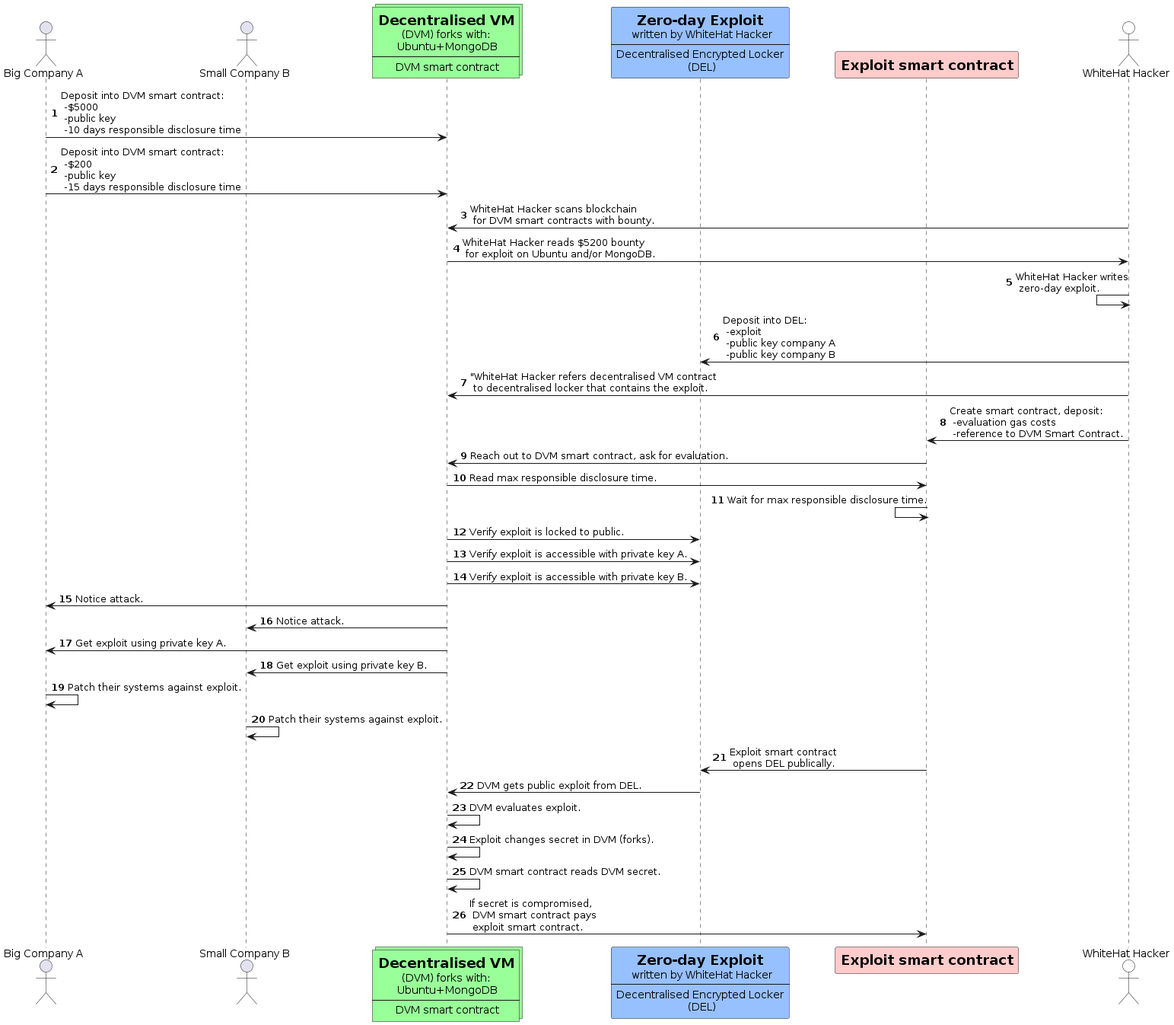
Above: Whitepaper/src/export_data/Diagrams/Static_diagrams/interaction.png in TruSec/TruSec-whitepaper (PlantUML), before the change.
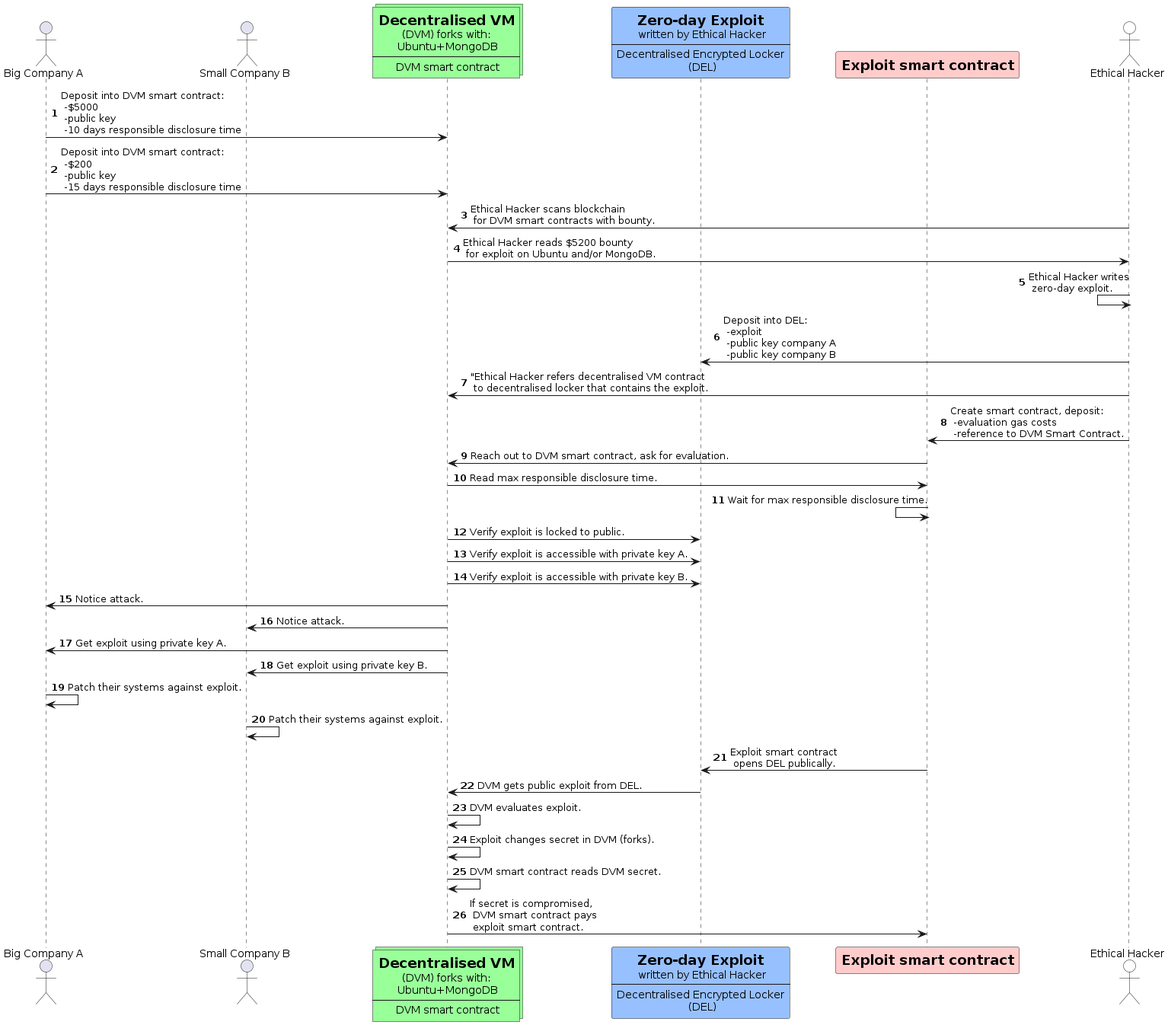
The same file after the commit.

Commit message:
Updated protocol figure.

Diff of the diagram source:
```diff
@@ -2,20 +2,20 @@
 actor "Big Company A"
 actor "Small Company B"
 collections  "=Decentralised VM\n(DVM) forks with:\n Ubuntu+MongoDB\n----\n DVM smart contract"  as DVM #99FF99
-participant "=Zero-day Exploit\n written by WhiteHat Hacker\n----\nDecentralised Encrypted Locker\n (DEL)" as DEL #97c0fe
+participant "=Zero-day Exploit\n written by Ethical Hacker\n----\nDecentralised Encrypted Locker\n (DEL)" as DEL #97c0fe
 participant "=Exploit smart contract" as exploit #ffcccb
-actor "WhiteHat Hacker" #white
+actor "Ethical Hacker" #white
 
 autonumber
 "Big Company A"->"DVM": Deposit into DVM smart contract:\n -$5000\n -public key\n -10 days responsible disclosure time
 "Big Company A"->"DVM": Deposit into DVM smart contract:\n -$200\n -public key\n -15 days responsible disclosure time
 
-"WhiteHat Hacker"->"DVM": WhiteHat Hacker scans blockchain\n for DVM smart contracts with bounty.
-"DVM"->"WhiteHat Hacker": WhiteHat Hacker reads $5200 bounty\n for exploit on Ubuntu and/or MongoDB.
-"WhiteHat Hacker"<-"WhiteHat Hacker": WhiteHat Hacker writes\n zero-day exploit.
-"WhiteHat Hacker"->"DEL": Deposit into DEL:\n -exploit\n -public key company A\n -public key company B
-"WhiteHat Hacker"->"DVM": "WhiteHat Hacker refers decentralised VM contract\n to decentralised locker that contains the exploit.
-"WhiteHat Hacker"->"exploit": Create smart contract, deposit:\n -evaluation gas costs\n -reference to DVM Smart Contract.
+"Ethical Hacker"->"DVM": Ethical Hacker scans blockchain\n for DVM smart contracts with bounty.
+"DVM"->"Ethical Hacker": Ethical Hacker reads $5200 bounty\n for exploit on Ubuntu and/or MongoDB.
+"Ethical Hacker"<-"Ethical Hacker": Ethical Hacker writes\n zero-day exploit.
+"Ethical Hacker"->"DEL": Deposit into DEL:\n -exploit\n -public key company A\n -public key company B
+"Ethical Hacker"->"DVM": "Ethical Hacker refers decentralised VM contract\n to decentralised locker that contains the exploit.
+"Ethical Hacker"->"exploit": Create smart contract, deposit:\n -evaluation gas costs\n -reference to DVM Smart Contract.
 "exploit"->"DVM": Reach out to DVM smart contract, ask for evaluation.
 "DVM"->"exploit": Read max responsible disclosure time.
 "exploit"<-"exploit": Wait for max responsible disclosure time.
```
